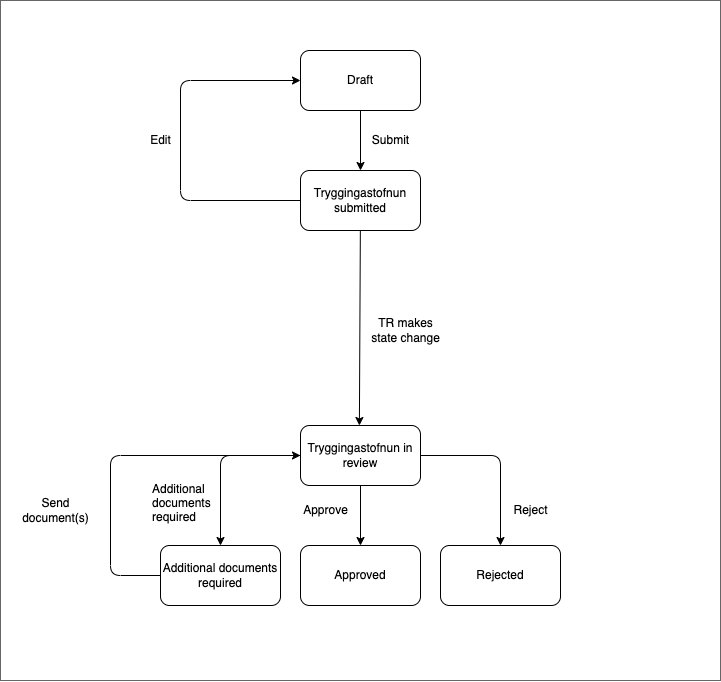
Before: libs/application/templates/social-insurance-administration/pension-supplement/src/assets/pension-supplement-flow-chart.png, a diagram exported from draw.io (island-is/island.is). Source tidied: cells renumbered, new cells last; positions are measured from the earlier drawing's top-left corner, leaving out a move shared by most shapes.
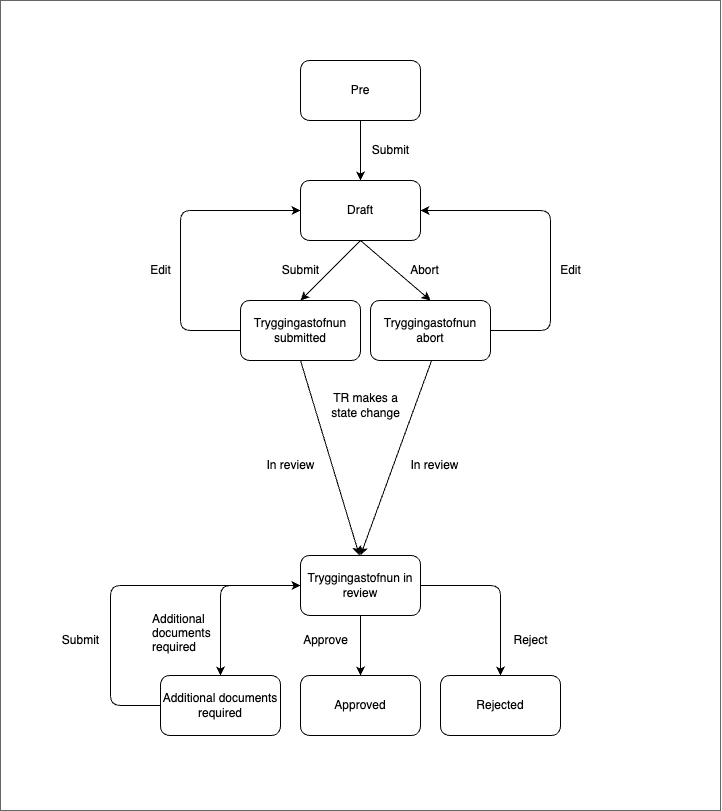
The same file after the commit.

Commit message:
update readme and flow chart

What changed in the source:
```diff
@@ -2,22 +2,22 @@
   <root>
     <mxCell id="0" />
     <mxCell id="1" parent="0" />
-    <mxCell id="2" style="whiteSpace=wrap;html=1;fillColor=#FFFFFF;gradientColor=none;strokeColor=#666666;" parent="1" vertex="1">
-      <mxGeometry width="720" height="680" as="geometry" />
-    </mxCell>
+    <mxCell id="22" style="whiteSpace=wrap;html=1;fillColor=#FFFFFF;gradientColor=none;strokeColor=#666666;" parent="1" vertex="1">
+      <mxGeometry y="-130" width="720" height="810" as="geometry" />
+    </mxCell>
-    <mxCell id="3" value="Draft" style="rounded=1;whiteSpace=wrap;html=1;fillColor=#FFFFFF;strokeColor=#000000;fontColor=#000000;" parent="1" vertex="1">
+    <mxCell id="3" value="Draft" style="rounded=1;whiteSpace=wrap;html=1;" parent="1" vertex="1">
       <mxGeometry x="300" y="50" width="120" height="60" as="geometry" />
     </mxCell>
-    <mxCell id="4" value="Tryggingastofnun submitted" style="rounded=1;whiteSpace=wrap;html=1;fillColor=#FFFFFF;strokeColor=#000000;fontColor=#000000;" parent="1" vertex="1">
-      <mxGeometry x="300" y="170" width="120" height="60" as="geometry" />
+    <mxCell id="4" value="Tryggingastofnun submitted" style="rounded=1;whiteSpace=wrap;html=1;" parent="1" vertex="1">
+      <mxGeometry x="240" y="170" width="120" height="60" as="geometry" />
     </mxCell>
-    <mxCell id="5" value="Tryggingastofnun in review" style="rounded=1;whiteSpace=wrap;html=1;fillColor=#FFFFFF;strokeColor=#000000;fontColor=#000000;" parent="1" vertex="1">
+    <mxCell id="5" value="Tryggingastofnun in review" style="rounded=1;whiteSpace=wrap;html=1;" parent="1" vertex="1">
       <mxGeometry x="300" y="425" width="120" height="60" as="geometry" />
     </mxCell>
-    <mxCell id="6" value="Additional documents required" style="rounded=1;whiteSpace=wrap;html=1;fillColor=#FFFFFF;strokeColor=#000000;fontColor=#000000;" parent="1" vertex="1">
+    <mxCell id="6" value="Additional documents required" style="rounded=1;whiteSpace=wrap;html=1;" parent="1" vertex="1">
       <mxGeometry x="160" y="545" width="120" height="60" as="geometry" />
     </mxCell>
-    <mxCell id="7" value="Approved" style="rounded=1;whiteSpace=wrap;html=1;fillColor=#FFFFFF;strokeColor=#000000;fontColor=#000000;" parent="1" vertex="1">
+    <mxCell id="7" value="Approved" style="rounded=1;whiteSpace=wrap;html=1;" parent="1" vertex="1">
       <mxGeometry x="300" y="545" width="120" height="60" as="geometry" />
     </mxCell>
     <mxCell id="8" style="endArrow=classic;html=1;entryX=0.5;entryY=0;entryDx=0;entryDy=0;exitX=0.5;exitY=1;exitDx=0;exitDy=0;fontColor=#FFFFFF;strokeColor=#000000;" parent="1" edge="1" source="3" target="4">
@@ -38,33 +38,34 @@
         </Array>
       </mxGeometry>
     </mxCell>
-    <mxCell id="11" style="endArrow=classic;html=1;exitX=0;exitY=0.5;exitDx=0;exitDy=0;fontColor=#FFFFFF;strokeColor=#000000;entryX=0;entryY=0.5;entryDx=0;entryDy=0;" parent="1" edge="1" source="4" target="3">
-      <mxGeometry relative="1" as="geometry">
-        <Array as="points">
-          <mxPoint x="180" y="200" />
-          <mxPoint x="180" y="80" />
-        </Array>
-      </mxGeometry>
-    </mxCell>
+    <mxCell id="23" style="endArrow=classic;html=1;fontColor=#FFFFFF;strokeColor=#000000;entryX=0;entryY=0.5;entryDx=0;entryDy=0;" parent="1" edge="1" target="3">
+      <mxGeometry relative="1" as="geometry">
+        <mxPoint x="240" y="200" as="sourcePoint" />
+        <Array as="points">
+          <mxPoint x="180" y="200" />
+          <mxPoint x="180" y="80" />
+        </Array>
+      </mxGeometry>
+    </mxCell>
     <mxCell id="12" value="Edit" style="text;html=1;align=center;verticalAlign=middle;strokeColor=none;fillColor=none;fontColor=#000000;" parent="1" vertex="1">
       <mxGeometry x="140" y="125" width="40" height="30" as="geometry" />
     </mxCell>
     <mxCell id="13" value="Reject" style="text;html=1;align=center;verticalAlign=middle;strokeColor=none;fillColor=none;fontColor=#000000;" parent="1" vertex="1">
       <mxGeometry x="500" y="495" width="60" height="30" as="geometry" />
     </mxCell>
-    <mxCell id="14" value="Submit" style="text;html=1;align=center;verticalAlign=middle;strokeColor=none;fillColor=none;fontColor=#000000;" parent="1" vertex="1">
-      <mxGeometry x="360" y="125" width="60" height="30" as="geometry" />
-    </mxCell>
+    <mxCell id="24" value="Submit" style="text;html=1;align=center;verticalAlign=middle;strokeColor=none;fillColor=none;fontColor=#000000;" parent="1" vertex="1">
+      <mxGeometry x="270" y="125" width="60" height="30" as="geometry" />
+    </mxCell>
     <mxCell id="15" value="Additional&#10;documents &#10;required" style="text;fontColor=#000000;" parent="1" vertex="1">
       <mxGeometry x="150" y="475" width="65" height="50" as="geometry" />
     </mxCell>
     <mxCell id="16" value="Approve" style="text;html=1;align=center;verticalAlign=middle;strokeColor=none;fillColor=none;fontColor=#000000;" parent="1" vertex="1">
       <mxGeometry x="290" y="495" width="70" height="30" as="geometry" />
     </mxCell>
-    <mxCell id="17" value="Send &lt;br&gt;document(s)" style="text;html=1;align=center;verticalAlign=middle;strokeColor=none;fillColor=none;fontColor=#000000;" parent="1" vertex="1">
-      <mxGeometry x="10" y="490" width="90" height="40" as="geometry" />
-    </mxCell>
+    <mxCell id="25" value="Submit" style="text;html=1;align=center;verticalAlign=middle;strokeColor=none;fillColor=none;fontColor=#000000;" parent="1" vertex="1">
+      <mxGeometry x="50" y="495" width="60" height="30" as="geometry" />
+    </mxCell>
-    <mxCell id="18" value="Rejected" style="rounded=1;whiteSpace=wrap;html=1;fillColor=#FFFFFF;strokeColor=#000000;fontColor=#000000;" parent="1" vertex="1">
+    <mxCell id="18" value="Rejected" style="rounded=1;whiteSpace=wrap;html=1;" parent="1" vertex="1">
       <mxGeometry x="440" y="545" width="120" height="60" as="geometry" />
     </mxCell>
     <mxCell id="19" style="endArrow=classic;html=1;exitX=0.5;exitY=1;exitDx=0;exitDy=0;fontColor=#FFFFFF;strokeColor=#000000;entryX=0.5;entryY=0;entryDx=0;entryDy=0;" parent="1" edge="1" source="5" target="7">
@@ -77,13 +78,56 @@
         </Array>
       </mxGeometry>
     </mxCell>
-    <mxCell id="21" value="TR makes &lt;br&gt;state change" style="text;html=1;align=center;verticalAlign=middle;strokeColor=none;fillColor=none;fontColor=#000000;" parent="1" vertex="1">
-      <mxGeometry x="360" y="310" width="90" height="40" as="geometry" />
-    </mxCell>
-    <mxCell id="22" style="endArrow=classic;html=1;fontColor=#FFFFFF;strokeColor=#000000;entryX=0.5;entryY=0;entryDx=0;entryDy=0;" parent="1" edge="1" source="4">
-      <mxGeometry relative="1" as="geometry">
-        <mxPoint x="358.9" y="425" as="targetPoint" />
-      </mxGeometry>
-    </mxCell>
+    <mxCell id="26" value="TR makes a&lt;br&gt;state change" style="text;html=1;align=center;verticalAlign=middle;strokeColor=none;fillColor=none;fontColor=#000000;" parent="1" vertex="1">
+      <mxGeometry x="320" y="255" width="90" height="40" as="geometry" />
+    </mxCell>
+    <mxCell id="27" style="endArrow=classic;html=1;fontColor=#FFFFFF;strokeColor=#000000;entryX=0.5;entryY=0;entryDx=0;entryDy=0;exitX=0.5;exitY=1;exitDx=0;exitDy=0;" parent="1" edge="1" source="4">
+      <mxGeometry relative="1" as="geometry">
+        <mxPoint x="358.9" y="425" as="targetPoint" />
+      </mxGeometry>
+    </mxCell>
+    <mxCell id="28" value="Pre" style="rounded=1;whiteSpace=wrap;html=1;" parent="1" vertex="1">
+      <mxGeometry x="300" y="-70" width="120" height="60" as="geometry" />
+    </mxCell>
+    <mxCell id="29" style="endArrow=classic;html=1;entryX=0.5;entryY=0;entryDx=0;entryDy=0;exitX=0.5;exitY=1;exitDx=0;exitDy=0;fontColor=#FFFFFF;strokeColor=#000000;" parent="1" edge="1">
+      <mxGeometry relative="1" as="geometry">
+        <mxPoint x="360" y="-10" as="sourcePoint" />
+        <mxPoint x="360" y="50" as="targetPoint" />
+      </mxGeometry>
+    </mxCell>
+    <mxCell id="30" value="Submit" style="text;html=1;align=center;verticalAlign=middle;strokeColor=none;fillColor=none;fontColor=#000000;" parent="1" vertex="1">
+      <mxGeometry x="360" y="5" width="60" height="30" as="geometry" />
+    </mxCell>
+    <mxCell id="31" value="Tryggingastofnun abort" style="rounded=1;whiteSpace=wrap;html=1;" parent="1" vertex="1">
+      <mxGeometry x="370" y="170" width="120" height="60" as="geometry" />
+    </mxCell>
+    <mxCell id="32" style="endArrow=classic;html=1;fontColor=#FFFFFF;strokeColor=#000000;exitX=1;exitY=0.5;exitDx=0;exitDy=0;" parent="1" edge="1" source="31" target="3">
+      <mxGeometry relative="1" as="geometry">
+        <Array as="points">
+          <mxPoint x="550" y="200" />
+          <mxPoint x="550" y="80" />
+        </Array>
+      </mxGeometry>
+    </mxCell>
+    <mxCell id="33" value="Edit" style="text;html=1;align=center;verticalAlign=middle;strokeColor=none;fillColor=none;fontColor=#000000;" parent="1" vertex="1">
+      <mxGeometry x="550" y="125" width="40" height="30" as="geometry" />
+    </mxCell>
+    <mxCell id="34" style="endArrow=classic;html=1;entryX=0.5;entryY=0;entryDx=0;entryDy=0;exitX=0.5;exitY=1;exitDx=0;exitDy=0;fontColor=#FFFFFF;strokeColor=#000000;" parent="1" edge="1" source="3" target="31">
+      <mxGeometry relative="1" as="geometry" />
+    </mxCell>
+    <mxCell id="35" value="Abort" style="text;html=1;align=center;verticalAlign=middle;strokeColor=none;fillColor=none;fontColor=#000000;" parent="1" vertex="1">
+      <mxGeometry x="399" y="125" width="50" height="30" as="geometry" />
+    </mxCell>
+    <mxCell id="36" style="endArrow=classic;html=1;fontColor=#FFFFFF;strokeColor=#000000;entryX=0.5;entryY=0;entryDx=0;entryDy=0;exitX=0.5;exitY=1;exitDx=0;exitDy=0;" parent="1" edge="1" target="5">
+      <mxGeometry relative="1" as="geometry">
+        <mxPoint x="431.1" y="230" as="sourcePoint" />
+      </mxGeometry>
+    </mxCell>
+    <mxCell id="37" value="In review" style="text;html=1;align=center;verticalAlign=middle;strokeColor=none;fillColor=none;fontColor=#000000;" parent="1" vertex="1">
+      <mxGeometry x="255" y="320" width="70" height="30" as="geometry" />
+    </mxCell>
+    <mxCell id="38" value="In review" style="text;html=1;align=center;verticalAlign=middle;strokeColor=none;fillColor=none;fontColor=#000000;" parent="1" vertex="1">
+      <mxGeometry x="399" y="320" width="70" height="30" as="geometry" />
+    </mxCell>
   </root>
 </mxGraphModel>
```
